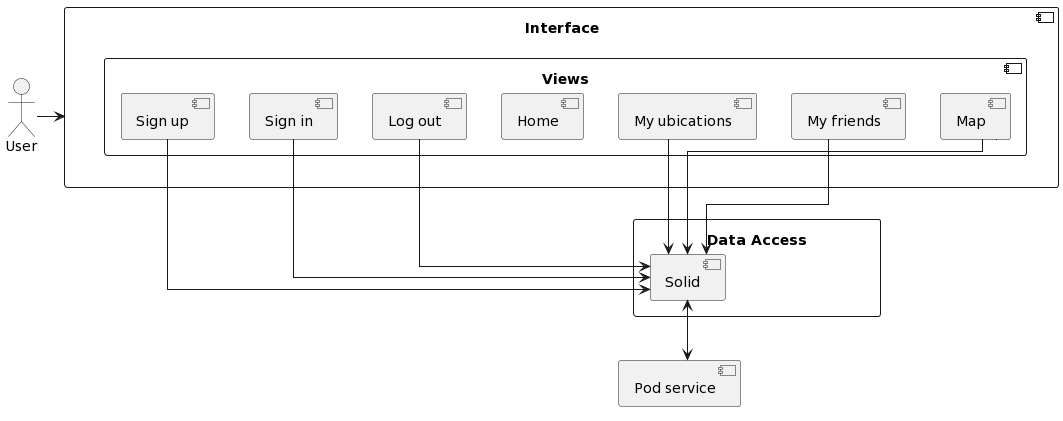
Before: docs/images/05_level_3.png, a diagram exported from PlantUML (pelotazos123/lomap_es1b33). Its diagram source:
```plantuml
@startuml
skinparam linetype ortho
actor User
Component Interface{
    Component vi as "Views"{
       Component su as "Sign up"
       Component si as "Sign in"
       Component lo as "Log out"
       Component ho as "Home"
       Component ma as "Map"
       Component mu as "My ubications"
       Component mf as "My friends"
    }
}

Component "Data Access" {
       Component so as "Solid"
       Component re as "REST API"
}

Database db as "MongoDB"
component ps as "Pod service"

User -right-> Interface
so <--> ps
re <--> db
su -down-> so
si -down-> so
lo -down-> so
ma -down-> so
ma -down-> re
mu -down-> so
mf -down-> so
su -[hidden]> si
si -[hidden]> lo
lo -[hidden]> ho
ho -[hidden]> ma
ma -[hidden]> mu
mu -[hidden]> mf
@enduml
```
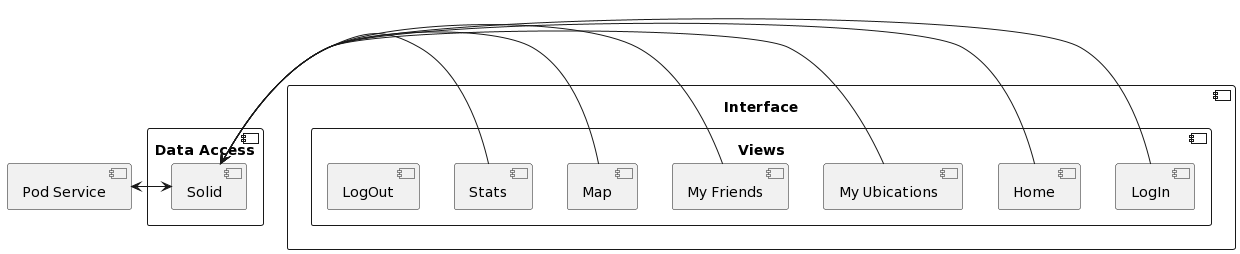
After the commit.

What changed in the source:
```diff
@@ -1,40 +1,29 @@
 @startuml
-skinparam linetype ortho
-actor User
-Component Interface{
-    Component vi as "Views"{
-       Component su as "Sign up"
-       Component si as "Sign in"
-       Component lo as "Log out"
-       Component ho as "Home"
-       Component ma as "Map"
-       Component mu as "My ubications"
-       Component mf as "My friends"
-    }
+skinparam BackgroundColor transparent
+skinparam componentStyle uml2
+component Interface {
+ component Views {
+  component LogIn
+  component LogOut
+  component Home
+  component "My Ubications"
+  component "My Friends"
+  component Map
+  component Stats
+
+}
+}
+component "Data Access"{
+ component Solid
 }
 
-Component "Data Access" {
-       Component so as "Solid"
-       Component re as "REST API"
-}
+component "Pod Service"
 
-Database db as "MongoDB"
-component ps as "Pod service"
-
-User -right-> Interface
-so <--> ps
-re <--> db
-su -down-> so
-si -down-> so
-lo -down-> so
-ma -down-> so
-ma -down-> re
-mu -down-> so
-mf -down-> so
-su -[hidden]> si
-si -[hidden]> lo
-lo -[hidden]> ho
-ho -[hidden]> ma
-ma -[hidden]> mu
-mu -[hidden]> mf
+"Pod Service" <-> Solid
+LogIn -> Solid
+Home -> Solid
+"My Ubications" -> Solid
+"My Friends" -> Solid
+Map -> Solid
+Stats -> Solid
 @enduml
```
